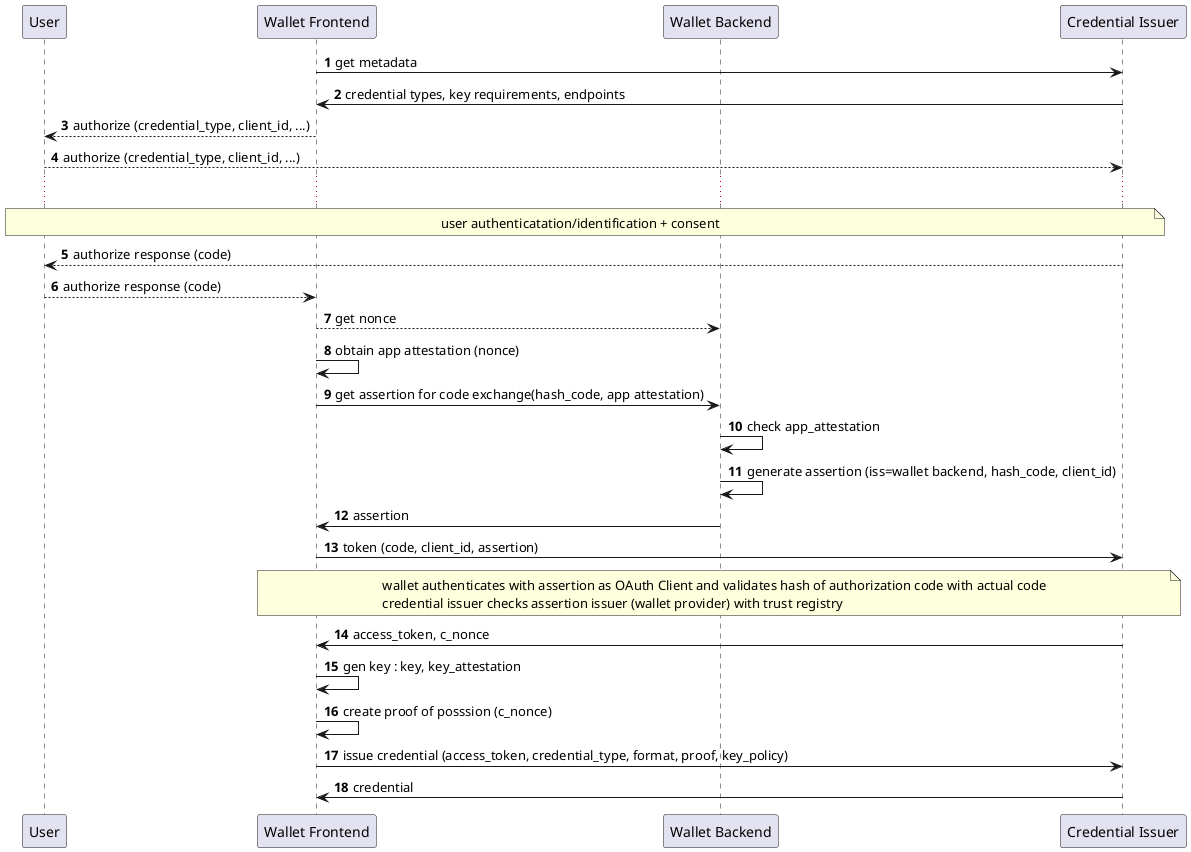
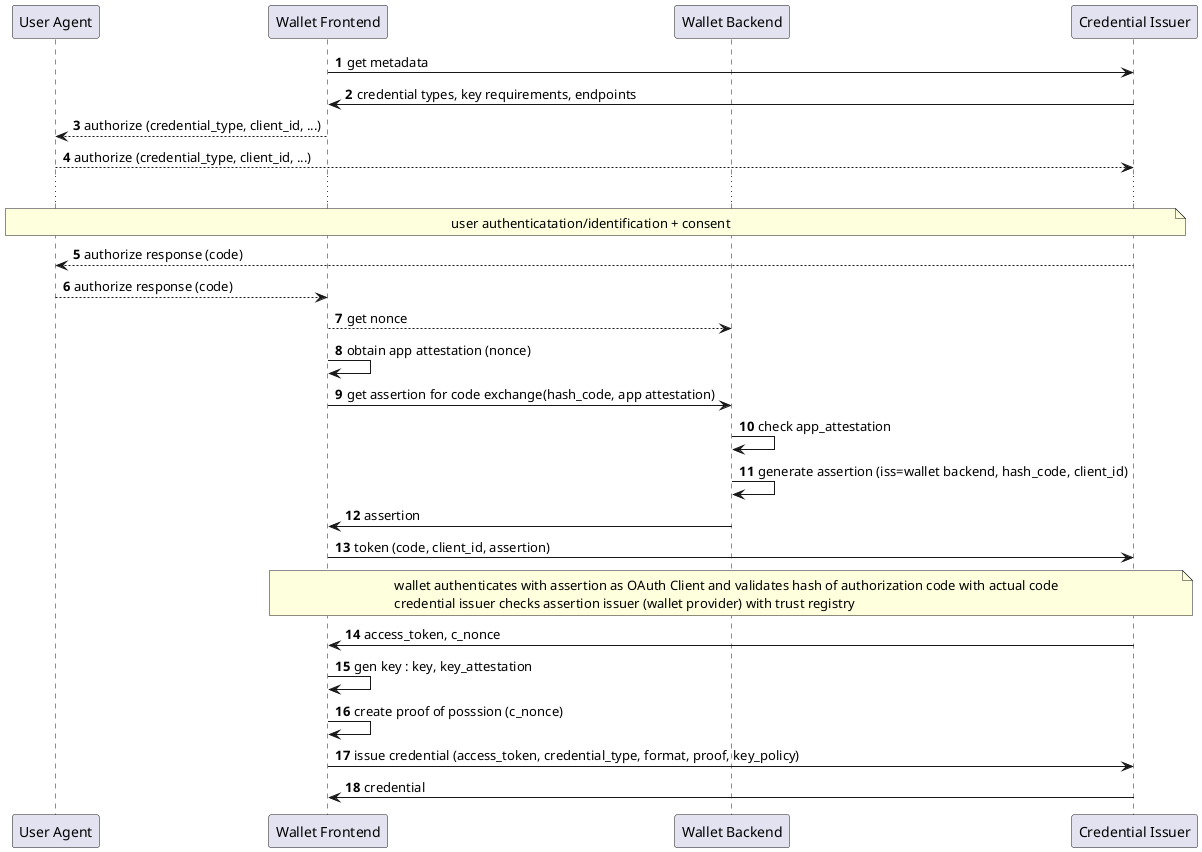
@startuml
autonumber
- participant User as u
+ participant "User Agent" as u
participant "Wallet Frontend" as w
participant "Wallet Backend" as b
participant "Credential Issuer" as i

w -> i: get metadata
i -> w: credential types, key requirements, endpoints
w --> u : authorize (credential_type, client_id, ...)
u --> i: authorize (credential_type, client_id, ...)
...
note over u, i: user authenticatation/identification + consent
i --> u : authorize response (code)
u --> w: authorize response (code)
w --> b: get nonce
w -> w : obtain app attestation (nonce)
w -> b : get assertion for code exchange(hash_code, app attestation)
b -> b : check app_attestation
b -> b : generate assertion (iss=wallet backend, hash_code, client_id)
b -> w : assertion
w -> i : token (code, client_id, assertion)
note over w, i: wallet authenticates with assertion as OAuth Client and validates hash of authorization code with actual code\ncredential issuer checks assertion issuer (wallet provider) with trust registry
i -> w : access_token, c_nonce
w -> w : gen key : key, key_attestation
w -> w : create proof of posssion (c_nonce)
w -> i : issue credential (access_token, credential_type, format, proof, key_policy)
i -> w : credential
@enduml